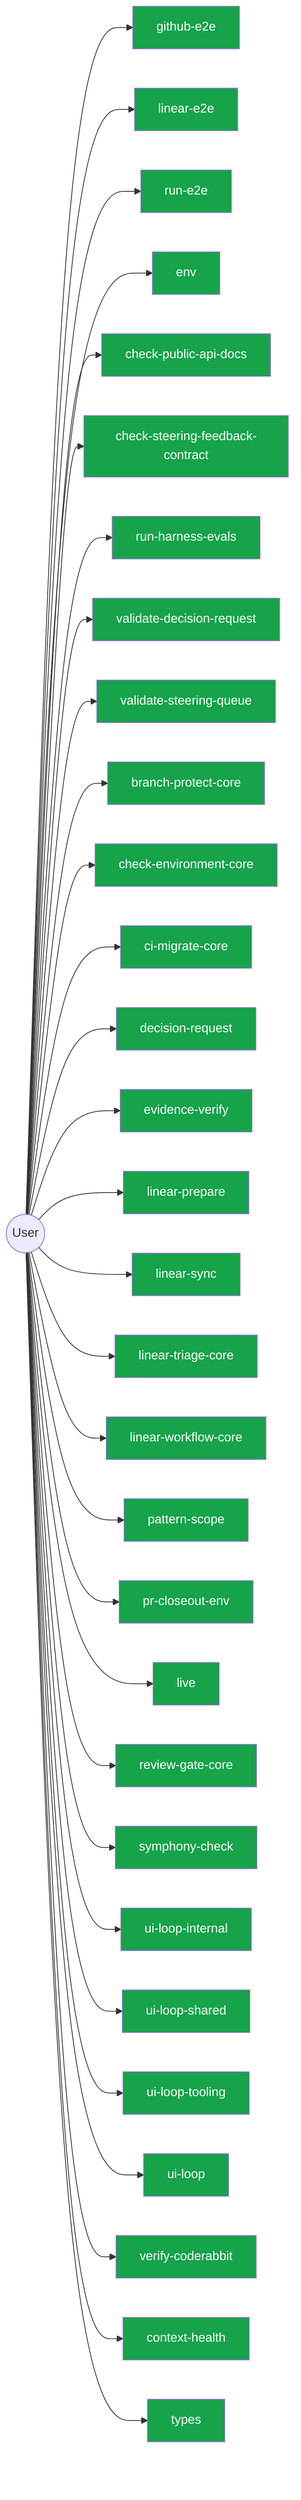
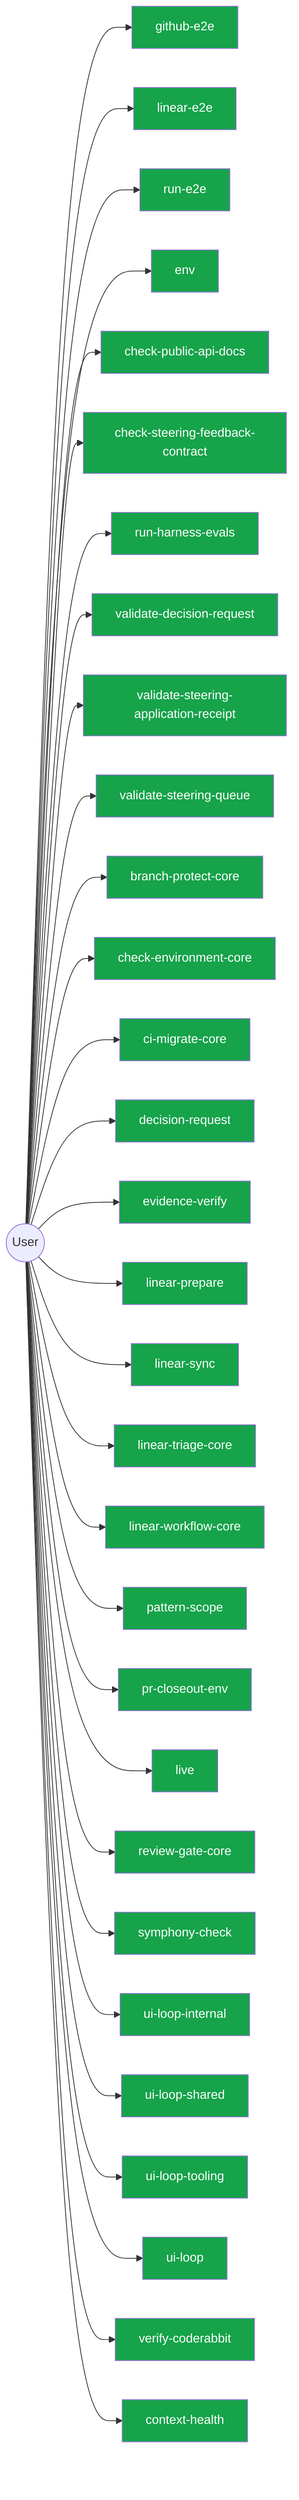
flowchart LR
  User(("User"))
  github_e2e_2891a341["github-e2e"]
  User --> github_e2e_2891a341
  linear_e2e_decf3708["linear-e2e"]
  User --> linear_e2e_decf3708
  run_e2e_39efe696["run-e2e"]
  User --> run_e2e_39efe696
  env_b77349bf["env"]
  User --> env_b77349bf
  check_public_api_docs_a9604f1b["check-public-api-docs"]
  User --> check_public_api_docs_a9604f1b
  check_steering_feedback_contract_80134459["check-steering-feedback-contract"]
  User --> check_steering_feedback_contract_80134459
  run_harness_evals_77704768["run-harness-evals"]
  User --> run_harness_evals_77704768
  validate_decision_request_2e5c325e["validate-decision-request"]
  User --> validate_decision_request_2e5c325e
+   validate_steering_application_receipt_c922e84a["validate-steering-application-receipt"]
+   User --> validate_steering_application_receipt_c922e84a
  validate_steering_queue_4bc0cc94["validate-steering-queue"]
  User --> validate_steering_queue_4bc0cc94
  branch_protect_core_a8feb0fd["branch-protect-core"]
  User --> branch_protect_core_a8feb0fd
  check_environment_core_2c16213f["check-environment-core"]
  User --> check_environment_core_2c16213f
  ci_migrate_core_7005b5af["ci-migrate-core"]
  User --> ci_migrate_core_7005b5af
  decision_request_118a770d["decision-request"]
  User --> decision_request_118a770d
  evidence_verify_3b73c290["evidence-verify"]
  User --> evidence_verify_3b73c290
  linear_prepare_0c613ba6["linear-prepare"]
  User --> linear_prepare_0c613ba6
  linear_sync_a2fa2bf7["linear-sync"]
  User --> linear_sync_a2fa2bf7
  linear_triage_core_7cbca73e["linear-triage-core"]
  User --> linear_triage_core_7cbca73e
  linear_workflow_core_0e19cff4["linear-workflow-core"]
  User --> linear_workflow_core_0e19cff4
  pattern_scope_61ff946d["pattern-scope"]
  User --> pattern_scope_61ff946d
  pr_closeout_env_9bfcd9ef["pr-closeout-env"]
  User --> pr_closeout_env_9bfcd9ef
  live_247610f4["live"]
  User --> live_247610f4
  review_gate_core_4c8001f9["review-gate-core"]
  User --> review_gate_core_4c8001f9
  symphony_check_e97f2ea0["symphony-check"]
  User --> symphony_check_e97f2ea0
  ui_loop_internal_f2eb8892["ui-loop-internal"]
  User --> ui_loop_internal_f2eb8892
  ui_loop_shared_8c83b841["ui-loop-shared"]
  User --> ui_loop_shared_8c83b841
  ui_loop_tooling_12b2d2c7["ui-loop-tooling"]
  User --> ui_loop_tooling_12b2d2c7
  ui_loop_11660889["ui-loop"]
  User --> ui_loop_11660889
  verify_coderabbit_490b4e71["verify-coderabbit"]
  User --> verify_coderabbit_490b4e71
  context_health_1_ceb11829["context-health"]
  User --> context_health_1_ceb11829
-   types_2_d9bc6e7a["types"]
-   User --> types_2_d9bc6e7a
  classDef userNode fill:#16a34a,color:#fff
-   class github_e2e_2891a341,linear_e2e_decf3708,run_e2e_39efe696,env_b77349bf,check_public_api_docs_a9604f1b,check_steering_feedback_contract_80134459,run_harness_evals_77704768,validate_decision_request_2e5c325e,validate_steering_queue_4bc0cc94,branch_protect_core_a8feb0fd,check_environment_core_2c16213f,ci_migrate_core_7005b5af,decision_request_118a770d,evidence_verify_3b73c290,linear_prepare_0c613ba6,linear_sync_a2fa2bf7,linear_triage_core_7cbca73e,linear_workflow_core_0e19cff4,pattern_scope_61ff946d,pr_closeout_env_9bfcd9ef,live_247610f4,review_gate_core_4c8001f9,symphony_check_e97f2ea0,ui_loop_internal_f2eb8892,ui_loop_shared_8c83b841,ui_loop_tooling_12b2d2c7,ui_loop_11660889,verify_coderabbit_490b4e71,context_health_1_ceb11829,types_2_d9bc6e7a userNode
+   class github_e2e_2891a341,linear_e2e_decf3708,run_e2e_39efe696,env_b77349bf,check_public_api_docs_a9604f1b,check_steering_feedback_contract_80134459,run_harness_evals_77704768,validate_decision_request_2e5c325e,validate_steering_application_receipt_c922e84a,validate_steering_queue_4bc0cc94,branch_protect_core_a8feb0fd,check_environment_core_2c16213f,ci_migrate_core_7005b5af,decision_request_118a770d,evidence_verify_3b73c290,linear_prepare_0c613ba6,linear_sync_a2fa2bf7,linear_triage_core_7cbca73e,linear_workflow_core_0e19cff4,pattern_scope_61ff946d,pr_closeout_env_9bfcd9ef,live_247610f4,review_gate_core_4c8001f9,symphony_check_e97f2ea0,ui_loop_internal_f2eb8892,ui_loop_shared_8c83b841,ui_loop_tooling_12b2d2c7,ui_loop_11660889,verify_coderabbit_490b4e71,context_health_1_ceb11829 userNode
